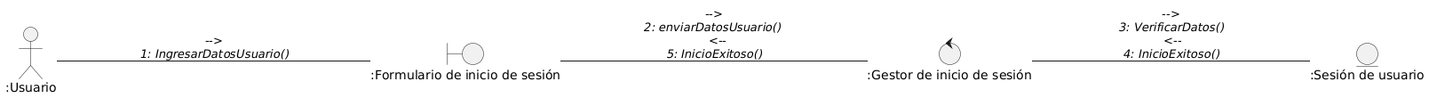
Above: docs/logicalView/DisciplinaDeAnalisis/diagramaColaboracionIniciarSesion.png in Andreinalcm/Proyecto_de_inge_grupo4 (PlantUML), before the change.
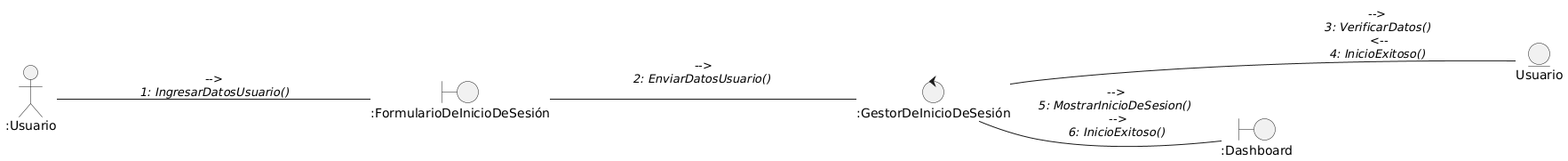
Later version of the same file.

Change to the diagram source:
```diff
@@ -3,11 +3,13 @@
 
 Actor ":Usuario" as u
 
-entity ":Sesión de usuario" as sesion
-control ":Gestor de inicio de sesión" as gestor
-boundary ":Formulario de inicio de sesión" as reg
+entity "Usuario" as sesion
+control ":GestorDeInicioDeSesión" as gestor
+boundary ":FormularioDeInicioDeSesión" as reg
+boundary ":Dashboard" as log
 
 u ---- reg : -->\n//1: IngresarDatosUsuario()//
-reg ---- gestor : -->\n//2: enviarDatosUsuario()// \n  <--\n//5: InicioExitoso()//
+reg ---- gestor : -->\n//2: EnviarDatosUsuario()// \n
 gestor ---- sesion : -->\n //3: VerificarDatos()// \n <--\n//4: InicioExitoso()//
+gestor--log: -->\n//5: MostrarInicioDeSesion()// \n -->\n//6: InicioExitoso()//
 @enduml
```
